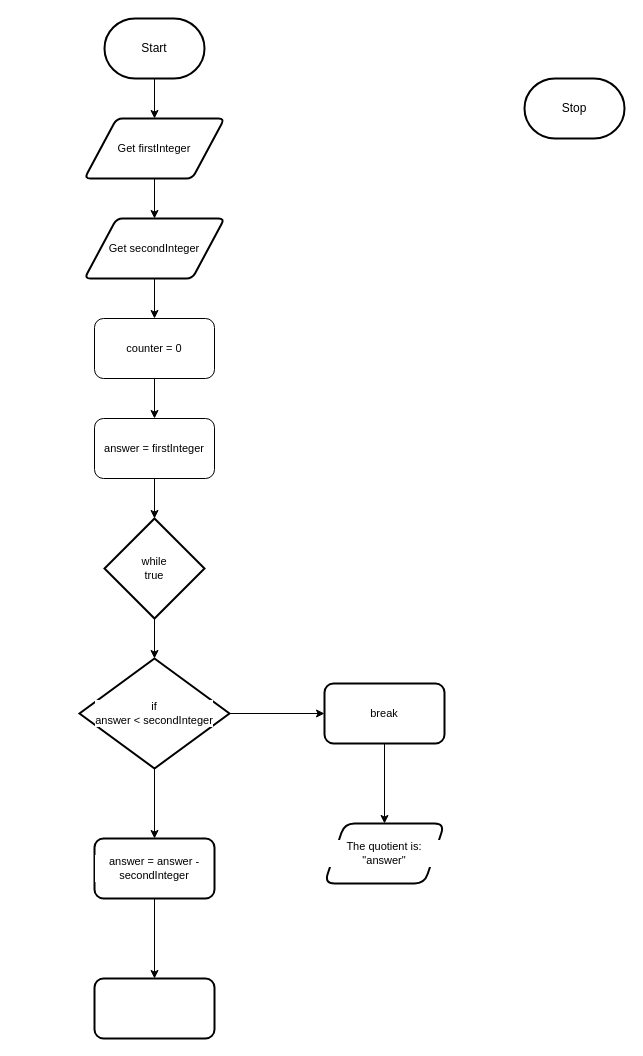
The draw.io diagram design/flowchart.drawio in MTHS-ICD2O-1-2024/ICD2O-Unit-5-08-Olivia-Ten-Den, before the edit. Source tidied: cells renumbered, new cells numbered last; positions are measured from the earlier drawing's top-left corner, leaving out a move shared by most shapes. Both pictures are drawn from the tidied source at 100%, with x=0, y=0 at pixel (79, 18).
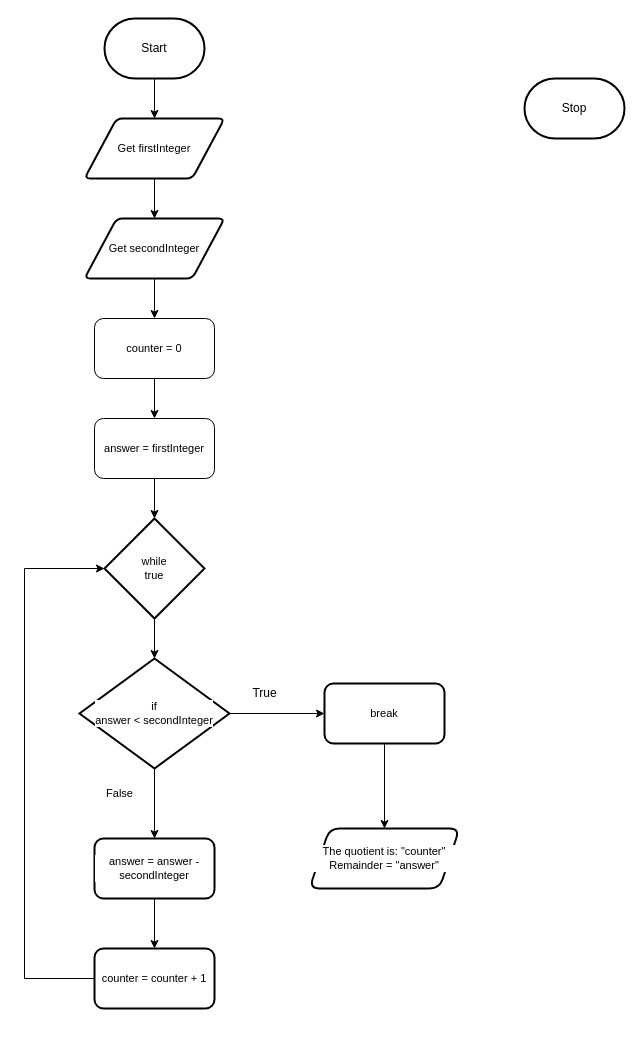
Above is the later version.

What changed in the source:
```diff
@@
-    <mxCell id="12" value="while&lt;div&gt;true&lt;/div&gt;" style="strokeWidth=2;html=1;shape=mxgraph.flowchart.decision;whiteSpace=wrap;fontFamily=Helvetica;fontSize=11;fontColor=default;labelBackgroundColor=default;" parent="1" vertex="1">
+    <mxCell id="12" value="&lt;div&gt;&lt;font color=&quot;#000000&quot;&gt;while&lt;/font&gt;&lt;/div&gt;&lt;div&gt;true&lt;/div&gt;" style="strokeWidth=2;html=1;shape=mxgraph.flowchart.decision;whiteSpace=wrap;fontFamily=Helvetica;fontSize=11;fontColor=default;labelBackgroundColor=default;" parent="1" vertex="1">
       <mxGeometry x="25" y="500" width="100" height="100" as="geometry" />
     </mxCell>
@@
-    <mxCell id="20" value="The quotient is: &quot;answer&quot;" style="shape=parallelogram;perimeter=parallelogramPerimeter;whiteSpace=wrap;html=1;fixedSize=1;fontSize=11;rounded=1;strokeWidth=2;labelBackgroundColor=default;" parent="1" vertex="1">
-      <mxGeometry x="245" y="805" width="120" height="60" as="geometry" />
+    <mxCell id="20" value="The quotient is: &quot;counter&quot; Remainder = &quot;answer&quot;" style="shape=parallelogram;perimeter=parallelogramPerimeter;whiteSpace=wrap;html=1;fixedSize=1;fontSize=11;rounded=1;strokeWidth=2;labelBackgroundColor=default;" parent="1" vertex="1">
+      <mxGeometry x="230" y="810" width="150" height="60" as="geometry" />
     </mxCell>
@@
+    <mxCell id="24" style="edgeStyle=orthogonalEdgeStyle;shape=connector;rounded=0;html=1;strokeColor=default;align=center;verticalAlign=middle;fontFamily=Helvetica;fontSize=11;fontColor=default;labelBackgroundColor=default;endArrow=classic;entryX=0;entryY=0.5;entryDx=0;entryDy=0;entryPerimeter=0;" parent="1" edge="1" source="23" target="12">
+      <mxGeometry relative="1" as="geometry">
+        <Array as="points">
+          <mxPoint x="-55" y="960" />
+          <mxPoint x="-55" y="550" />
+        </Array>
+      </mxGeometry>
+    </mxCell>
-    <mxCell id="23" style="rounded=1;whiteSpace=wrap;html=1;fontSize=11;strokeWidth=2;labelBackgroundColor=default;" parent="1" vertex="1">
-      <mxGeometry x="15" y="960" width="120" height="60" as="geometry" />
+    <mxCell id="23" value="counter = counter + 1" style="rounded=1;whiteSpace=wrap;html=1;fontSize=11;strokeWidth=2;labelBackgroundColor=default;" parent="1" vertex="1">
+      <mxGeometry x="15" y="930" width="120" height="60" as="geometry" />
     </mxCell>
+    <mxCell id="25" value="True" style="text;html=1;align=center;verticalAlign=middle;strokeColor=none;fillColor=none;" parent="1" vertex="1">
+      <mxGeometry x="160" y="660" width="50" height="30" as="geometry" />
+    </mxCell>
+    <mxCell id="26" value="False" style="text;html=1;align=center;verticalAlign=middle;strokeColor=none;fillColor=none;fontFamily=Helvetica;fontSize=11;fontColor=default;labelBackgroundColor=default;" parent="1" vertex="1">
+      <mxGeometry x="15" y="760" width="50" height="30" as="geometry" />
+    </mxCell>
```
